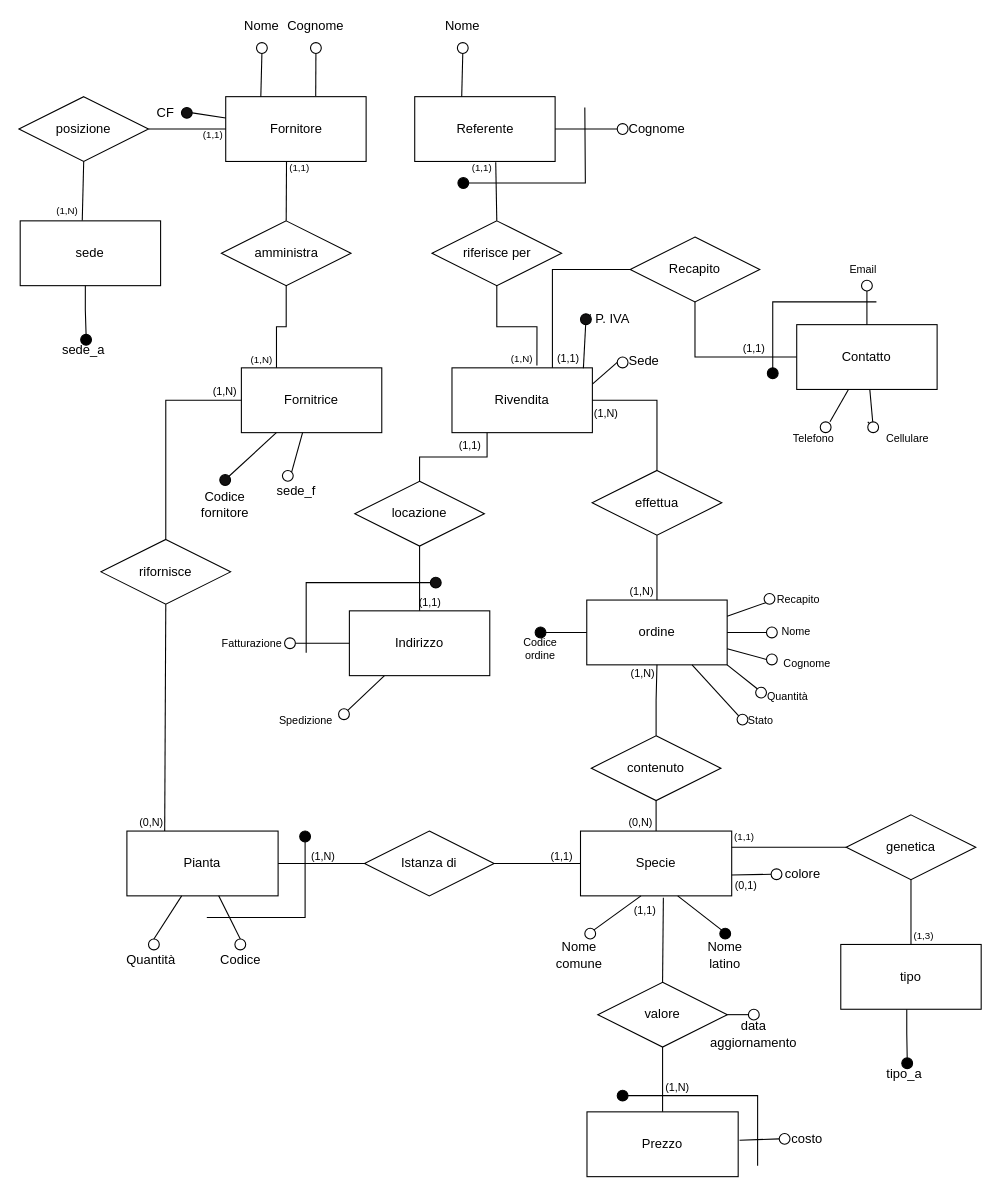
zeroParanoie/PROGETTO_BD keeps this draw.io diagram as ER_schema/PROG_CONCETTUALE/correzione_generale.drawio. Above is the earlier version. Source tidied: cells renumbered, new cells numbered last; positions are measured from the earlier drawing's top-left corner, leaving out a move shared by most shapes. Both pictures are drawn from the tidied source at 108%, with x=0, y=0 at pixel (18, 21).
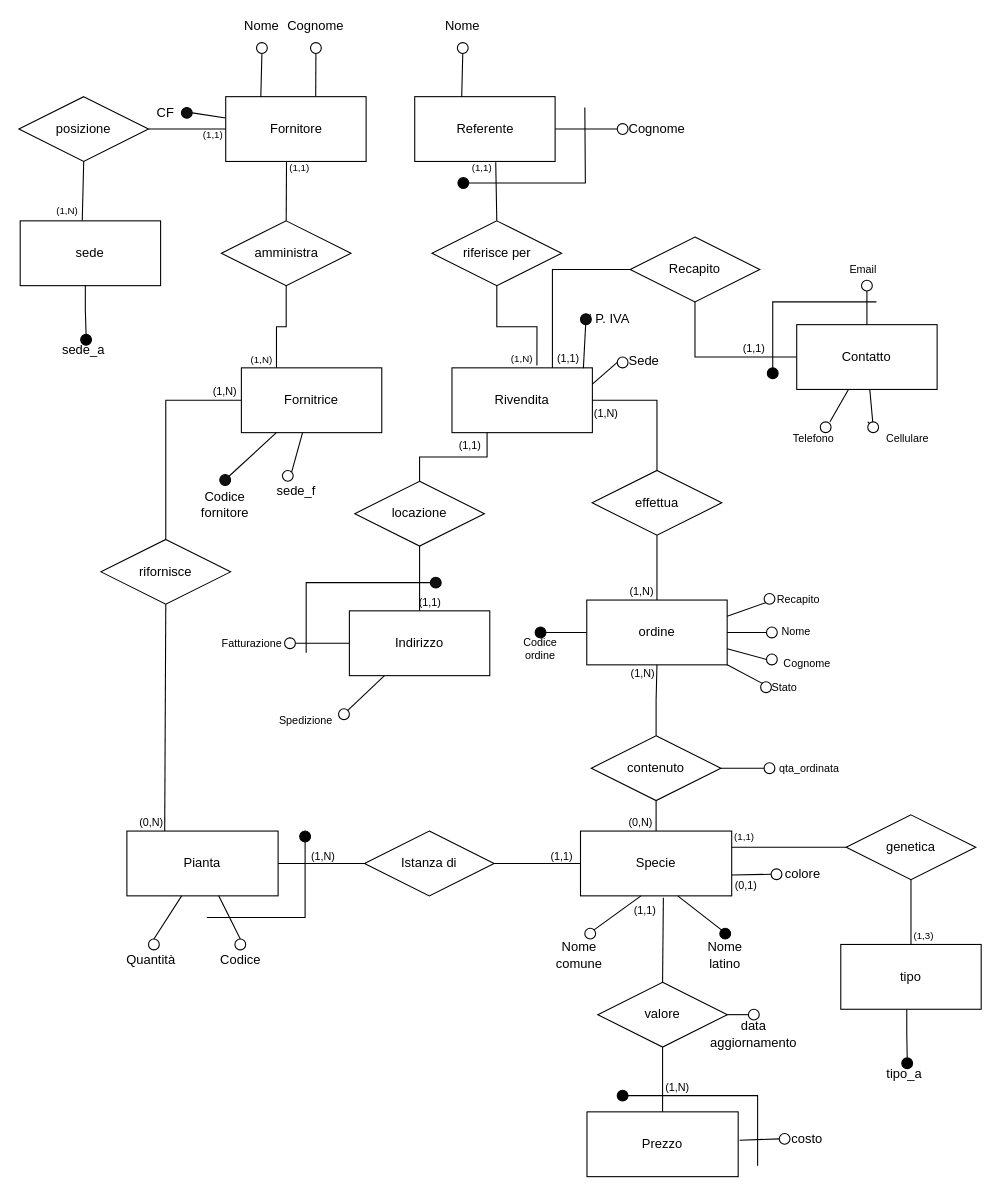
The same page after the edit.

Unchanged cells that the change refers to:
```xml
<mxCell id="44" value="ordine" style="whiteSpace=wrap;html=1;align=center;" parent="1" vertex="1">
  <mxGeometry x="525.8" y="536.1" width="130" height="60" as="geometry" />
</mxCell>
<mxCell id="46" value="contenuto" style="shape=rhombus;perimeter=rhombusPerimeter;whiteSpace=wrap;html=1;align=center;" parent="1" vertex="1">
  <mxGeometry x="530" y="661.8" width="120" height="60" as="geometry" />
</mxCell>
```

The edit, as a diff of the source:
```diff
@@
-    <mxCell id="82" style="endArrow=none;html=1;rounded=0;exitX=1;exitY=1;exitDx=0;exitDy=0;entryX=0;entryY=0;entryDx=0;entryDy=0;" parent="1" edge="1" source="44" target="83">
-      <mxGeometry relative="1" as="geometry" />
-    </mxCell>
-    <mxCell id="83" style="ellipse;whiteSpace=wrap;html=1;" parent="1" vertex="1">
-      <mxGeometry x="682.2" y="616.8" width="10" height="10" as="geometry" />
-    </mxCell>
-    <mxCell id="84" value="Quantità" style="text;html=1;strokeColor=none;fillColor=none;align=center;verticalAlign=middle;whiteSpace=wrap;rounded=0;fontSize=10;" parent="1" vertex="1">
-      <mxGeometry x="682.2" y="610" width="60" height="30" as="geometry" />
-    </mxCell>
@@
-    <mxCell id="100" style="endArrow=none;html=1;rounded=0;exitX=0.75;exitY=1;exitDx=0;exitDy=0;entryX=0;entryY=0;entryDx=0;entryDy=0;" parent="1" edge="1" source="44" target="119">
+    <mxCell id="100" style="endArrow=none;html=1;rounded=0;exitX=1;exitY=1;exitDx=0;exitDy=0;entryX=0;entryY=0;entryDx=0;entryDy=0;" parent="1" edge="1" source="44" target="119">
       <mxGeometry relative="1" as="geometry" />
     </mxCell>
     <mxCell id="101" value="Stato" style="text;html=1;strokeColor=none;fillColor=none;align=center;verticalAlign=middle;whiteSpace=wrap;rounded=0;fontSize=10;" parent="1" vertex="1">
-      <mxGeometry x="657.2" y="631.8" width="60" height="30" as="geometry" />
+      <mxGeometry x="679" y="601.8" width="60" height="30" as="geometry" />
     </mxCell>
@@
     <mxCell id="119" style="ellipse;whiteSpace=wrap;html=1;" parent="1" vertex="1">
-      <mxGeometry x="665" y="641.8" width="10" height="10" as="geometry" />
+      <mxGeometry x="686.8" y="611.8" width="10" height="10" as="geometry" />
     </mxCell>
@@
+    <mxCell id="169" style="endArrow=none;html=1;rounded=0;exitX=1;exitY=0.5;exitDx=0;exitDy=0;entryX=0;entryY=0.5;entryDx=0;entryDy=0;" parent="1" edge="1" source="46" target="170">
+      <mxGeometry relative="1" as="geometry" />
+    </mxCell>
+    <mxCell id="170" style="ellipse;whiteSpace=wrap;html=1;" parent="1" vertex="1">
+      <mxGeometry x="690" y="686.8" width="10" height="10" as="geometry" />
+    </mxCell>
+    <mxCell id="171" value="qta_ordinata" style="text;html=1;strokeColor=none;fillColor=none;align=center;verticalAlign=middle;whiteSpace=wrap;rounded=0;fontSize=10;" parent="1" vertex="1">
+      <mxGeometry x="702.2" y="676.8" width="60" height="30" as="geometry" />
+    </mxCell>
```
